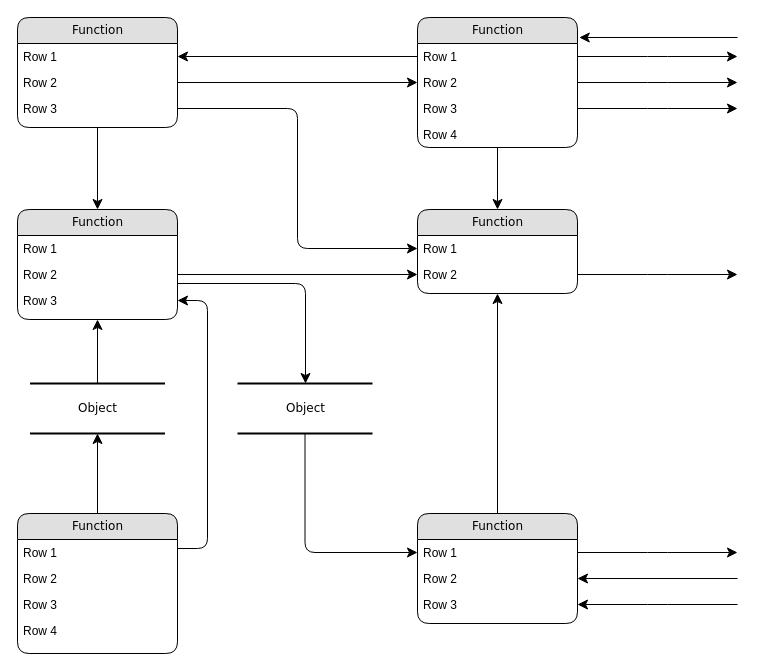
NewSnooker/it-udvc-pms keeps this draw.io diagram as dataflow-pms-process1.drawio. Above is the earlier version. Source tidied: cells renumbered, new cells numbered last; positions are measured from the earlier drawing's top-left corner, leaving out a move shared by most shapes. Both pictures are drawn from the tidied source at 100%, with x=0, y=0 at pixel (17, 17).
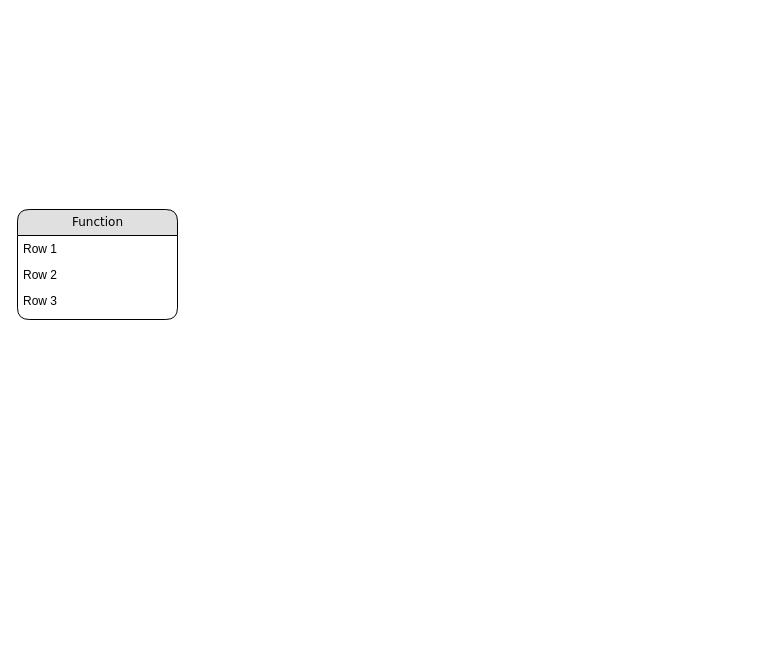
The same diagram, later.

The change refers to these unchanged cells:
```xml
<mxCell id="12" value="Function" style="swimlane;html=1;fontStyle=0;horizontal=1;startSize=26;fillColor=#e0e0e0;swimlaneFillColor=#ffffff;align=center;rounded=1;shadow=0;comic=0;labelBackgroundColor=none;strokeWidth=1;fontFamily=Verdana;fontSize=12;" parent="1" vertex="1">
  <mxGeometry y="192" width="160" height="110" as="geometry" />
</mxCell>
<mxCell id="14" value="Row 2" style="text;html=1;strokeColor=none;fillColor=none;spacingLeft=4;spacingRight=4;whiteSpace=wrap;overflow=hidden;points=[[0,0.5],[1,0.5]];portConstraint=eastwest;" parent="12" vertex="1">
  <mxGeometry y="52" width="160" height="26" as="geometry" />
</mxCell>
<mxCell id="15" value="Row 3" style="text;html=1;strokeColor=none;fillColor=none;spacingLeft=4;spacingRight=4;whiteSpace=wrap;overflow=hidden;points=[[0,0.5],[1,0.5]];portConstraint=eastwest;" parent="12" vertex="1">
  <mxGeometry y="78" width="160" height="26" as="geometry" />
</mxCell>
```

What changed in the source:
```diff
@@
-    <mxCell id="2" value="Object" style="html=1;rounded=0;shadow=0;comic=0;labelBackgroundColor=none;strokeWidth=2;fontFamily=Verdana;fontSize=12;align=center;shape=mxgraph.ios7ui.horLines;" parent="1" vertex="1">
-      <mxGeometry x="12.5" y="366" width="135" height="50" as="geometry" />
-    </mxCell>
-    <mxCell id="3" value="Function" style="swimlane;html=1;fontStyle=0;horizontal=1;startSize=26;fillColor=#e0e0e0;swimlaneFillColor=#ffffff;align=center;rounded=1;shadow=0;comic=0;labelBackgroundColor=none;strokeWidth=1;fontFamily=Verdana;fontSize=12;" parent="1" vertex="1">
-      <mxGeometry width="160" height="110" as="geometry" />
-    </mxCell>
-    <mxCell id="4" value="Row 1" style="text;html=1;strokeColor=none;fillColor=none;spacingLeft=4;spacingRight=4;whiteSpace=wrap;overflow=hidden;points=[[0,0.5],[1,0.5]];portConstraint=eastwest;" parent="3" vertex="1">
-      <mxGeometry y="26" width="160" height="26" as="geometry" />
-    </mxCell>
-    <mxCell id="5" value="Row 2" style="text;html=1;strokeColor=none;fillColor=none;spacingLeft=4;spacingRight=4;whiteSpace=wrap;overflow=hidden;points=[[0,0.5],[1,0.5]];portConstraint=eastwest;" parent="3" vertex="1">
-      <mxGeometry y="52" width="160" height="26" as="geometry" />
-    </mxCell>
-    <mxCell id="6" value="Row 3" style="text;html=1;strokeColor=none;fillColor=none;spacingLeft=4;spacingRight=4;whiteSpace=wrap;overflow=hidden;points=[[0,0.5],[1,0.5]];portConstraint=eastwest;" parent="3" vertex="1">
-      <mxGeometry y="78" width="160" height="26" as="geometry" />
-    </mxCell>
-    <mxCell id="7" value="Function" style="swimlane;html=1;fontStyle=0;horizontal=1;startSize=26;fillColor=#e0e0e0;swimlaneFillColor=#ffffff;align=center;rounded=1;shadow=0;comic=0;labelBackgroundColor=none;strokeWidth=1;fontFamily=Verdana;fontSize=12;" parent="1" vertex="1">
-      <mxGeometry x="400" width="160" height="130" as="geometry" />
-    </mxCell>
-    <mxCell id="8" value="Row 1" style="text;html=1;strokeColor=none;fillColor=none;spacingLeft=4;spacingRight=4;whiteSpace=wrap;overflow=hidden;points=[[0,0.5],[1,0.5]];portConstraint=eastwest;" parent="7" vertex="1">
-      <mxGeometry y="26" width="160" height="26" as="geometry" />
-    </mxCell>
-    <mxCell id="9" value="Row 2" style="text;html=1;strokeColor=none;fillColor=none;spacingLeft=4;spacingRight=4;whiteSpace=wrap;overflow=hidden;points=[[0,0.5],[1,0.5]];portConstraint=eastwest;" parent="7" vertex="1">
-      <mxGeometry y="52" width="160" height="26" as="geometry" />
-    </mxCell>
-    <mxCell id="10" value="Row 3" style="text;html=1;strokeColor=none;fillColor=none;spacingLeft=4;spacingRight=4;whiteSpace=wrap;overflow=hidden;points=[[0,0.5],[1,0.5]];portConstraint=eastwest;" parent="7" vertex="1">
-      <mxGeometry y="78" width="160" height="26" as="geometry" />
-    </mxCell>
-    <mxCell id="11" value="Row 4" style="text;html=1;strokeColor=none;fillColor=none;spacingLeft=4;spacingRight=4;whiteSpace=wrap;overflow=hidden;" parent="7" vertex="1">
-      <mxGeometry y="104" width="160" height="26" as="geometry" />
-    </mxCell>
@@
-    <mxCell id="16" value="Function" style="swimlane;html=1;fontStyle=0;horizontal=1;startSize=26;fillColor=#e0e0e0;swimlaneFillColor=#ffffff;align=center;rounded=1;shadow=0;comic=0;labelBackgroundColor=none;strokeWidth=1;fontFamily=Verdana;fontSize=12;" parent="1" vertex="1">
-      <mxGeometry y="496" width="160" height="140" as="geometry" />
-    </mxCell>
-    <mxCell id="17" value="Row 1" style="text;html=1;strokeColor=none;fillColor=none;spacingLeft=4;spacingRight=4;whiteSpace=wrap;overflow=hidden;" parent="16" vertex="1">
-      <mxGeometry y="26" width="160" height="26" as="geometry" />
-    </mxCell>
-    <mxCell id="18" value="Row 2" style="text;html=1;strokeColor=none;fillColor=none;spacingLeft=4;spacingRight=4;whiteSpace=wrap;overflow=hidden;" parent="16" vertex="1">
-      <mxGeometry y="52" width="160" height="26" as="geometry" />
-    </mxCell>
-    <mxCell id="19" value="Row 3" style="text;html=1;strokeColor=none;fillColor=none;spacingLeft=4;spacingRight=4;whiteSpace=wrap;overflow=hidden;" parent="16" vertex="1">
-      <mxGeometry y="78" width="160" height="26" as="geometry" />
-    </mxCell>
-    <mxCell id="20" value="Row 4" style="text;html=1;strokeColor=none;fillColor=none;spacingLeft=4;spacingRight=4;whiteSpace=wrap;overflow=hidden;" parent="16" vertex="1">
-      <mxGeometry y="104" width="160" height="26" as="geometry" />
-    </mxCell>
-    <mxCell id="21" value="Function" style="swimlane;html=1;fontStyle=0;horizontal=1;startSize=26;fillColor=#e0e0e0;swimlaneFillColor=#ffffff;align=center;rounded=1;shadow=0;comic=0;labelBackgroundColor=none;strokeWidth=1;fontFamily=Verdana;fontSize=12;" parent="1" vertex="1">
-      <mxGeometry x="400" y="192" width="160" height="84" as="geometry" />
-    </mxCell>
-    <mxCell id="22" value="Row 1" style="text;html=1;strokeColor=none;fillColor=none;spacingLeft=4;spacingRight=4;whiteSpace=wrap;overflow=hidden;points=[[0,0.5],[1,0.5]];portConstraint=eastwest;" parent="21" vertex="1">
-      <mxGeometry y="26" width="160" height="26" as="geometry" />
-    </mxCell>
-    <mxCell id="23" value="Row 2" style="text;html=1;strokeColor=none;fillColor=none;spacingLeft=4;spacingRight=4;whiteSpace=wrap;overflow=hidden;points=[[0,0.5],[1,0.5]];portConstraint=eastwest;" parent="21" vertex="1">
-      <mxGeometry y="52" width="160" height="26" as="geometry" />
-    </mxCell>
-    <mxCell id="24" value="Function" style="swimlane;html=1;fontStyle=0;horizontal=1;startSize=26;fillColor=#e0e0e0;swimlaneFillColor=#ffffff;align=center;rounded=1;shadow=0;comic=0;labelBackgroundColor=none;strokeWidth=1;fontFamily=Verdana;fontSize=12;" parent="1" vertex="1">
-      <mxGeometry x="400" y="496" width="160" height="110" as="geometry" />
-    </mxCell>
-    <mxCell id="25" value="Row 1" style="text;html=1;strokeColor=none;fillColor=none;spacingLeft=4;spacingRight=4;whiteSpace=wrap;overflow=hidden;points=[[0,0.5],[1,0.5]];portConstraint=eastwest;" parent="24" vertex="1">
-      <mxGeometry y="26" width="160" height="26" as="geometry" />
-    </mxCell>
-    <mxCell id="26" value="Row 2" style="text;html=1;strokeColor=none;fillColor=none;spacingLeft=4;spacingRight=4;whiteSpace=wrap;overflow=hidden;points=[[0,0.5],[1,0.5]];portConstraint=eastwest;" parent="24" vertex="1">
-      <mxGeometry y="52" width="160" height="26" as="geometry" />
-    </mxCell>
-    <mxCell id="27" value="Row 3" style="text;html=1;strokeColor=none;fillColor=none;spacingLeft=4;spacingRight=4;whiteSpace=wrap;overflow=hidden;points=[[0,0.5],[1,0.5]];portConstraint=eastwest;" parent="24" vertex="1">
-      <mxGeometry y="78" width="160" height="26" as="geometry" />
-    </mxCell>
-    <mxCell id="28" value="Object" style="html=1;rounded=0;shadow=0;comic=0;labelBackgroundColor=none;strokeWidth=2;fontFamily=Verdana;fontSize=12;align=center;shape=mxgraph.ios7ui.horLines;" parent="1" vertex="1">
-      <mxGeometry x="220" y="366" width="135" height="50" as="geometry" />
-    </mxCell>
-    <mxCell id="29" style="edgeStyle=none;html=1;labelBackgroundColor=none;startFill=0;startSize=8;endFill=1;endSize=8;fontFamily=Verdana;fontSize=12;" parent="1" edge="1" source="16" target="2">
-      <mxGeometry relative="1" as="geometry" />
-    </mxCell>
-    <mxCell id="30" style="edgeStyle=none;html=1;labelBackgroundColor=none;startFill=0;startSize=8;endFill=1;endSize=8;fontFamily=Verdana;fontSize=12;" parent="1" edge="1" source="2" target="12">
-      <mxGeometry relative="1" as="geometry" />
-    </mxCell>
-    <mxCell id="31" style="edgeStyle=orthogonalEdgeStyle;html=1;labelBackgroundColor=none;startFill=0;startSize=8;endFill=1;endSize=8;fontFamily=Verdana;fontSize=12;exitX=1;exitY=0.25;entryX=1;entryY=0.5;" parent="1" edge="1" source="16" target="15">
-      <mxGeometry relative="1" as="geometry">
-        <Array as="points">
-          <mxPoint x="190" y="531" />
-          <mxPoint x="190" y="283" />
-        </Array>
-      </mxGeometry>
-    </mxCell>
-    <mxCell id="32" style="edgeStyle=orthogonalEdgeStyle;html=1;labelBackgroundColor=none;startFill=0;startSize=8;endFill=1;endSize=8;fontFamily=Verdana;fontSize=12;" parent="1" edge="1" source="28" target="25">
-      <mxGeometry x="-0.13" y="32" relative="1" as="geometry" />
-    </mxCell>
-    <mxCell id="33" style="edgeStyle=orthogonalEdgeStyle;html=1;labelBackgroundColor=none;startFill=0;startSize=8;endFill=1;endSize=8;fontFamily=Verdana;fontSize=12;" parent="1" edge="1" source="12" target="28">
-      <mxGeometry relative="1" as="geometry">
-        <Array as="points">
-          <mxPoint x="288" y="266" />
-        </Array>
-      </mxGeometry>
-    </mxCell>
-    <mxCell id="34" style="edgeStyle=orthogonalEdgeStyle;html=1;labelBackgroundColor=none;startFill=0;startSize=8;endFill=1;endSize=8;fontFamily=Verdana;fontSize=12;" parent="1" edge="1" source="3" target="12">
-      <mxGeometry relative="1" as="geometry" />
-    </mxCell>
-    <mxCell id="35" style="edgeStyle=orthogonalEdgeStyle;html=1;labelBackgroundColor=none;startFill=0;startSize=8;endFill=1;endSize=8;fontFamily=Verdana;fontSize=12;" parent="1" edge="1" source="24" target="21">
-      <mxGeometry relative="1" as="geometry" />
-    </mxCell>
-    <mxCell id="36" style="edgeStyle=orthogonalEdgeStyle;html=1;labelBackgroundColor=none;startFill=0;startSize=8;endFill=1;endSize=8;fontFamily=Verdana;fontSize=12;" parent="1" edge="1" source="7" target="21">
-      <mxGeometry relative="1" as="geometry" />
-    </mxCell>
-    <mxCell id="37" style="edgeStyle=orthogonalEdgeStyle;html=1;entryX=0;entryY=0.5;labelBackgroundColor=none;startFill=0;startSize=8;endFill=1;endSize=8;fontFamily=Verdana;fontSize=12;exitX=1;exitY=0.5;" parent="1" edge="1" source="5" target="9">
-      <mxGeometry relative="1" as="geometry" />
-    </mxCell>
-    <mxCell id="38" style="edgeStyle=orthogonalEdgeStyle;html=1;exitX=0;exitY=0.5;entryX=1;entryY=0.5;labelBackgroundColor=none;startFill=0;startSize=8;endFill=1;endSize=8;fontFamily=Verdana;fontSize=12;" parent="1" edge="1" source="8" target="4">
-      <mxGeometry relative="1" as="geometry" />
-    </mxCell>
-    <mxCell id="39" style="edgeStyle=orthogonalEdgeStyle;html=1;exitX=1;exitY=0.5;entryX=0;entryY=0.5;labelBackgroundColor=none;startFill=0;startSize=8;endFill=1;endSize=8;fontFamily=Verdana;fontSize=12;" parent="1" edge="1" source="6" target="22">
-      <mxGeometry relative="1" as="geometry" />
-    </mxCell>
-    <mxCell id="40" style="edgeStyle=orthogonalEdgeStyle;html=1;exitX=1;exitY=0.5;entryX=0;entryY=0.5;labelBackgroundColor=none;startFill=0;startSize=8;endFill=1;endSize=8;fontFamily=Verdana;fontSize=12;" parent="1" edge="1" source="14" target="23">
-      <mxGeometry relative="1" as="geometry" />
-    </mxCell>
-    <mxCell id="41" style="edgeStyle=orthogonalEdgeStyle;html=1;labelBackgroundColor=none;startFill=0;startSize=8;endFill=1;endSize=8;fontFamily=Verdana;fontSize=12;" parent="1" edge="1" source="23">
-      <mxGeometry relative="1" as="geometry">
-        <mxPoint x="720" y="257" as="targetPoint" />
-      </mxGeometry>
-    </mxCell>
-    <mxCell id="42" style="edgeStyle=orthogonalEdgeStyle;html=1;exitX=1;exitY=0.5;labelBackgroundColor=none;startFill=0;startSize=8;endFill=1;endSize=8;fontFamily=Verdana;fontSize=12;" parent="1" edge="1" source="25">
-      <mxGeometry relative="1" as="geometry">
-        <mxPoint x="720" y="535" as="targetPoint" />
-      </mxGeometry>
-    </mxCell>
-    <mxCell id="43" style="edgeStyle=orthogonalEdgeStyle;html=1;labelBackgroundColor=none;startFill=0;startSize=8;endFill=1;endSize=8;fontFamily=Verdana;fontSize=12;entryX=1;entryY=0.5;" parent="1" edge="1" target="26">
-      <mxGeometry relative="1" as="geometry">
-        <mxPoint x="720" y="561" as="sourcePoint" />
-        <Array as="points">
-          <mxPoint x="720" y="561" />
-        </Array>
-      </mxGeometry>
-    </mxCell>
-    <mxCell id="44" style="edgeStyle=orthogonalEdgeStyle;html=1;labelBackgroundColor=none;startFill=0;startSize=8;endFill=1;endSize=8;fontFamily=Verdana;fontSize=12;entryX=1;entryY=0.5;" parent="1" edge="1" target="27">
-      <mxGeometry relative="1" as="geometry">
-        <mxPoint x="720" y="587" as="sourcePoint" />
-        <Array as="points">
-          <mxPoint x="640" y="587" />
-          <mxPoint x="640" y="587" />
-        </Array>
-      </mxGeometry>
-    </mxCell>
-    <mxCell id="45" style="edgeStyle=orthogonalEdgeStyle;html=1;exitX=1;exitY=0.5;labelBackgroundColor=none;startFill=0;startSize=8;endFill=1;endSize=8;fontFamily=Verdana;fontSize=12;" parent="1" edge="1" source="8">
-      <mxGeometry relative="1" as="geometry">
-        <mxPoint x="720" y="39" as="targetPoint" />
-      </mxGeometry>
-    </mxCell>
-    <mxCell id="46" style="edgeStyle=orthogonalEdgeStyle;html=1;exitX=1;exitY=0.5;labelBackgroundColor=none;startFill=0;startSize=8;endFill=1;endSize=8;fontFamily=Verdana;fontSize=12;" parent="1" edge="1" source="9">
-      <mxGeometry relative="1" as="geometry">
-        <mxPoint x="720" y="65" as="targetPoint" />
-      </mxGeometry>
-    </mxCell>
-    <mxCell id="47" style="edgeStyle=orthogonalEdgeStyle;html=1;exitX=1;exitY=0.5;labelBackgroundColor=none;startFill=0;startSize=8;endFill=1;endSize=8;fontFamily=Verdana;fontSize=12;" parent="1" edge="1" source="10">
-      <mxGeometry relative="1" as="geometry">
-        <mxPoint x="720" y="91" as="targetPoint" />
-      </mxGeometry>
-    </mxCell>
-    <mxCell id="48" style="edgeStyle=elbowEdgeStyle;html=1;labelBackgroundColor=none;startFill=0;startSize=8;endFill=1;endSize=8;fontFamily=Verdana;fontSize=12;elbow=vertical;entryX=1.011;entryY=0.152;entryPerimeter=0;" parent="1" edge="1" target="7">
-      <mxGeometry relative="1" as="geometry">
-        <mxPoint x="720" y="20" as="sourcePoint" />
-        <Array as="points">
-          <mxPoint x="650" y="20" />
-        </Array>
-      </mxGeometry>
-    </mxCell>
```
